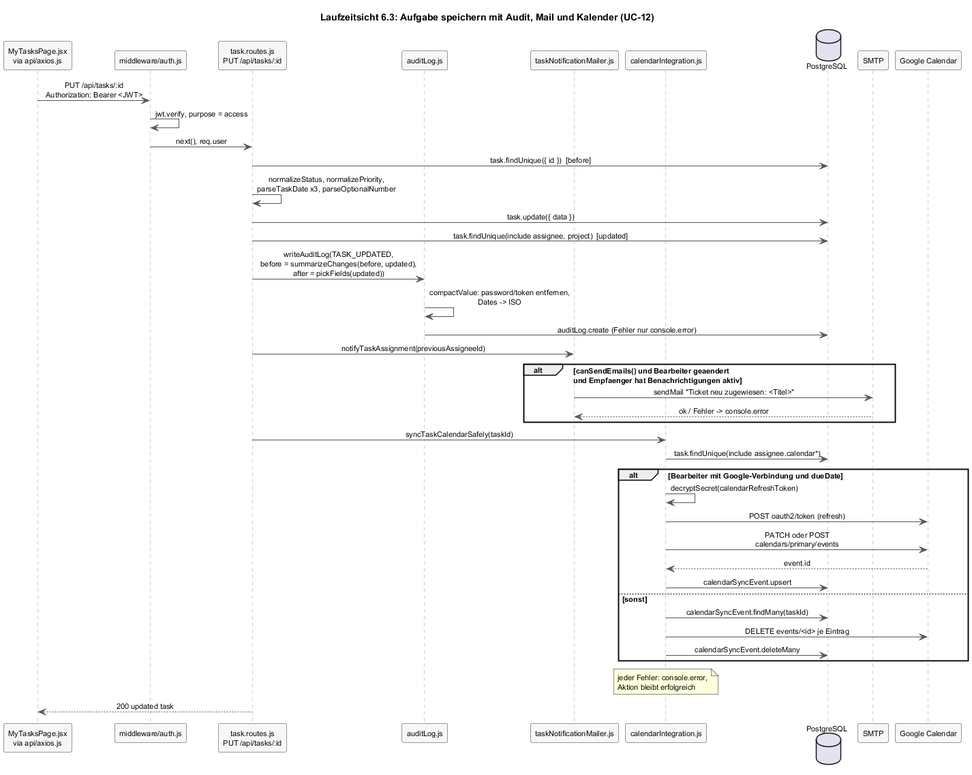
Earlier version of the PlantUML export docs/arch/diagrams-png/a06-aufgabe-speichern.png (Jonas-Aaron-Raab/NextTask). The source it was exported from:
```plantuml
@startuml a06-aufgabe-speichern
skinparam shadowing false
skinparam defaultFontName Helvetica
skinparam defaultFontSize 11
skinparam sequenceMessageAlign center
skinparam sequence {
  ArrowColor #555555
  LifeLineBorderColor #999999
  ParticipantBackgroundColor #F7F7F7
  ParticipantBorderColor #333333
  ActorBorderColor #333333
}

title Laufzeitsicht 6.3: Aufgabe speichern mit Audit, Mail und Kalender (UC-12)

participant "MyTasksPage.jsx\nvia api/axios.js" as UI
participant "middleware/auth.js" as MW
participant "task.routes.js\nPUT /api/tasks/:id" as R
participant "auditLog.js" as AL
participant "taskNotificationMailer.js" as M
participant "calendarIntegration.js" as C
database "PostgreSQL" as DB
participant "SMTP" as SMTP
participant "Google Calendar" as G

UI -> MW : PUT /api/tasks/:id\nAuthorization: Bearer <JWT>
MW -> MW : jwt.verify, purpose = access
MW -> R : next(), req.user
R -> DB : task.findUnique({ id })  [before]
R -> R : normalizeStatus, normalizePriority,\nparseTaskDate x3, parseOptionalNumber
R -> DB : task.update({ data })
R -> DB : task.findUnique(include assignee, project)  [updated]
R -> AL : writeAuditLog(TASK_UPDATED,\nbefore = summarizeChanges(before, updated),\nafter = pickFields(updated))
AL -> AL : compactValue: password/token entfernen,\nDates -> ISO
AL -> DB : auditLog.create (Fehler nur console.error)
R -> M : notifyTaskAssignment(previousAssigneeId)
alt canSendEmails() und Bearbeiter geaendert\nund Empfaenger hat Benachrichtigungen aktiv
  M -> SMTP : sendMail "Ticket neu zugewiesen: <Titel>"
  SMTP --> M : ok / Fehler -> console.error
end
R -> C : syncTaskCalendarSafely(taskId)
C -> DB : task.findUnique(include assignee.calendar*)
alt Bearbeiter mit Google-Verbindung und dueDate
  C -> C : decryptSecret(calendarRefreshToken)
  C -> G : POST oauth2/token (refresh)
  C -> G : PATCH oder POST\ncalendars/primary/events
  G --> C : event.id
  C -> DB : calendarSyncEvent.upsert
else sonst
  C -> DB : calendarSyncEvent.findMany(taskId)
  C -> G : DELETE events/<id> je Eintrag
  C -> DB : calendarSyncEvent.deleteMany
end
note over C : jeder Fehler: console.error,\nAktion bleibt erfolgreich
R --> UI : 200 updated task
@enduml
```
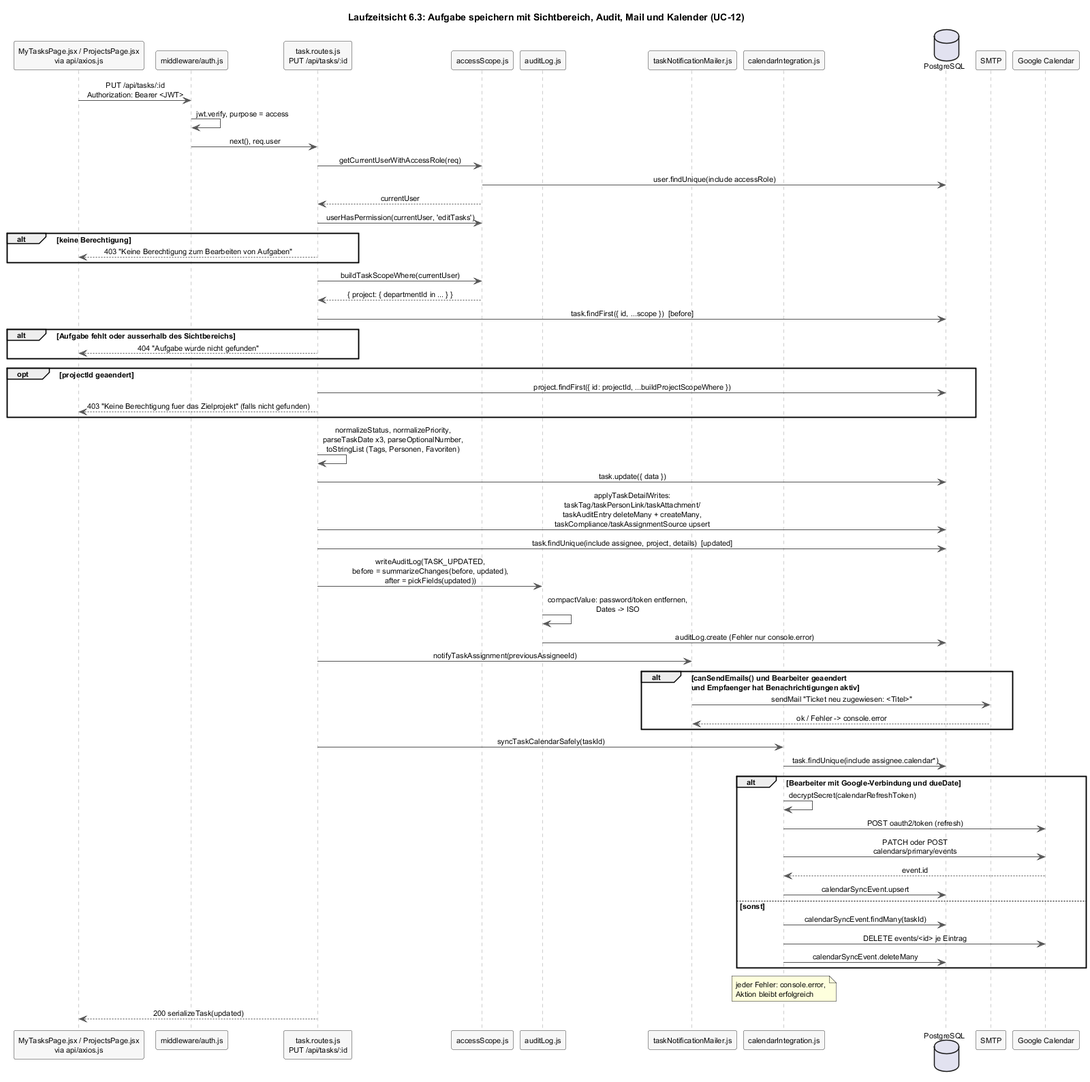
The same diagram one commit later.

Change to the diagram source:
```diff
@@ -11,11 +11,12 @@
   ActorBorderColor #333333
 }
 
-title Laufzeitsicht 6.3: Aufgabe speichern mit Audit, Mail und Kalender (UC-12)
+title Laufzeitsicht 6.3: Aufgabe speichern mit Sichtbereich, Audit, Mail und Kalender (UC-12)
 
-participant "MyTasksPage.jsx\nvia api/axios.js" as UI
+participant "MyTasksPage.jsx / ProjectsPage.jsx\nvia api/axios.js" as UI
 participant "middleware/auth.js" as MW
 participant "task.routes.js\nPUT /api/tasks/:id" as R
+participant "accessScope.js" as AS
 participant "auditLog.js" as AL
 participant "taskNotificationMailer.js" as M
 participant "calendarIntegration.js" as C
@@ -26,10 +27,27 @@
 UI -> MW : PUT /api/tasks/:id\nAuthorization: Bearer <JWT>
 MW -> MW : jwt.verify, purpose = access
 MW -> R : next(), req.user
-R -> DB : task.findUnique({ id })  [before]
-R -> R : normalizeStatus, normalizePriority,\nparseTaskDate x3, parseOptionalNumber
+R -> AS : getCurrentUserWithAccessRole(req)
+AS -> DB : user.findUnique(include accessRole)
+AS --> R : currentUser
+R -> AS : userHasPermission(currentUser, 'editTasks')
+alt keine Berechtigung
+  R --> UI : 403 "Keine Berechtigung zum Bearbeiten von Aufgaben"
+end
+R -> AS : buildTaskScopeWhere(currentUser)
+AS --> R : { project: { departmentId in ... } }
+R -> DB : task.findFirst({ id, ...scope })  [before]
+alt Aufgabe fehlt oder ausserhalb des Sichtbereichs
+  R --> UI : 404 "Aufgabe wurde nicht gefunden"
+end
+opt projectId geaendert
+  R -> DB : project.findFirst({ id: projectId, ...buildProjectScopeWhere })
+  R --> UI : 403 "Keine Berechtigung fuer das Zielprojekt" (falls nicht gefunden)
+end
+R -> R : normalizeStatus, normalizePriority,\nparseTaskDate x3, parseOptionalNumber,\ntoStringList (Tags, Personen, Favoriten)
 R -> DB : task.update({ data })
-R -> DB : task.findUnique(include assignee, project)  [updated]
+R -> DB : applyTaskDetailWrites:\ntaskTag/taskPersonLink/taskAttachment/\ntaskAuditEntry deleteMany + createMany,\ntaskCompliance/taskAssignmentSource upsert
+R -> DB : task.findUnique(include assignee, project, details)  [updated]
 R -> AL : writeAuditLog(TASK_UPDATED,\nbefore = summarizeChanges(before, updated),\nafter = pickFields(updated))
 AL -> AL : compactValue: password/token entfernen,\nDates -> ISO
 AL -> DB : auditLog.create (Fehler nur console.error)
@@ -52,5 +70,5 @@
   C -> DB : calendarSyncEvent.deleteMany
 end
 note over C : jeder Fehler: console.error,\nAktion bleibt erfolgreich
-R --> UI : 200 updated task
+R --> UI : 200 serializeTask(updated)
 @enduml
```
